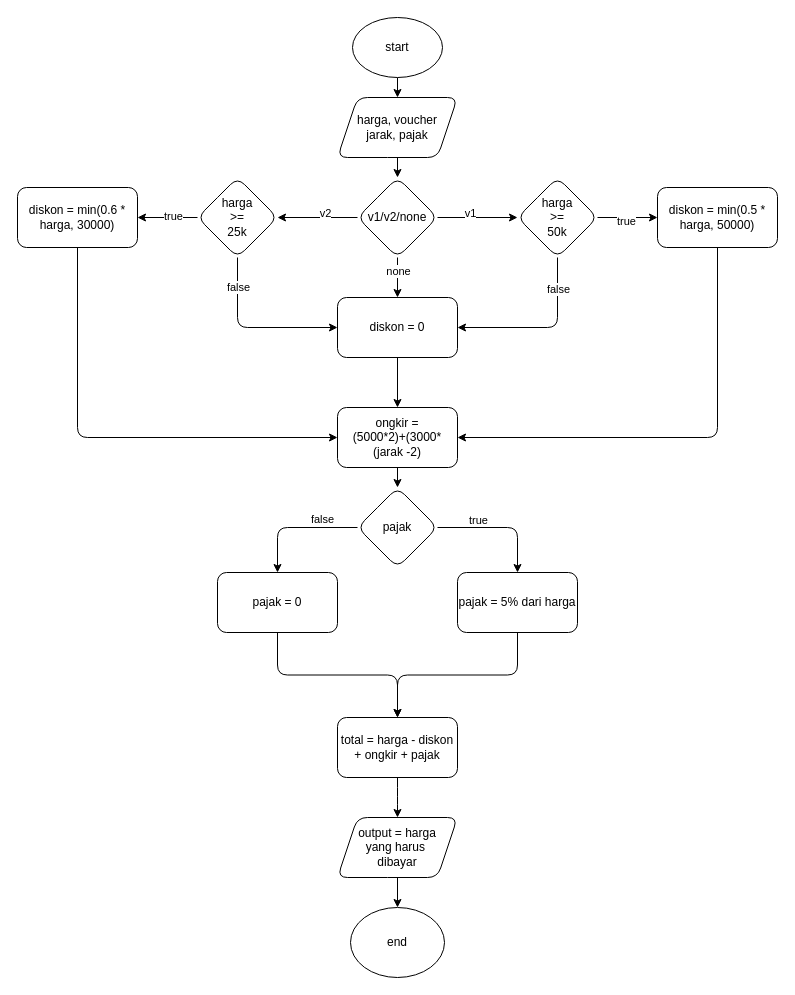
farhanrizqi/flowcharts-algorithm keeps this draw.io diagram as flowchart/Order.drawio. Above is the earlier version. Source tidied: cells renumbered, new cells numbered last; positions are measured from the earlier drawing's top-left corner, leaving out a move shared by most shapes. Both pictures are drawn from the tidied source at 100%, with x=0, y=0 at pixel (17, 17).
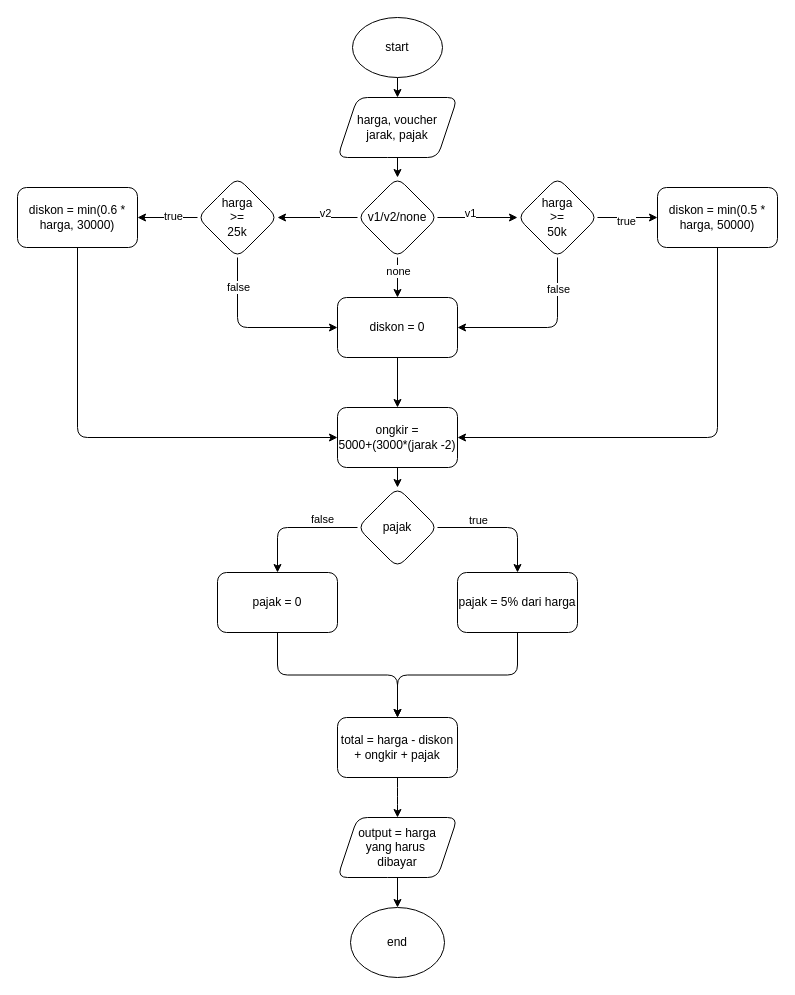
The same diagram, later.

The edit, as a diff of the source:
```diff
@@
-    <mxCell id="30" value="ongkir =&lt;br&gt;(5000*2)+(3000*(jarak -2)" style="whiteSpace=wrap;html=1;rounded=1;" parent="1" vertex="1">
+    <mxCell id="30" value="ongkir =&lt;br&gt;5000+(3000*(jarak -2)" style="whiteSpace=wrap;html=1;rounded=1;" parent="1" vertex="1">
       <mxGeometry x="320" y="390" width="120" height="60" as="geometry" />
     </mxCell>
```
